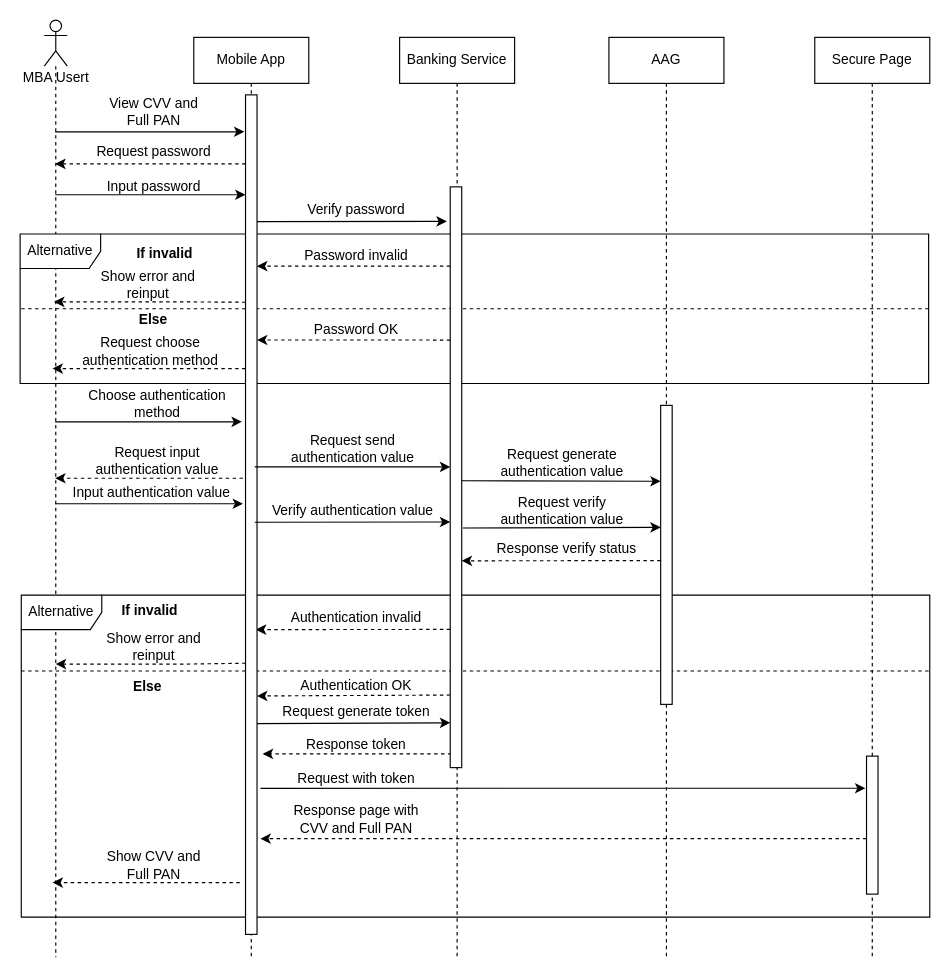
This is page "View-card-details" (7 of 14) of Sequence Diagram.drawio from lyminh1994/diagram, a draw.io file, before an edit. Source tidied: cells renumbered, new cells numbered last; positions are measured from the earlier drawing's top-left corner, leaving out a move shared by most shapes. Both pictures are drawn from the tidied source at 115%, with x=0, y=0 at pixel (20, 20).
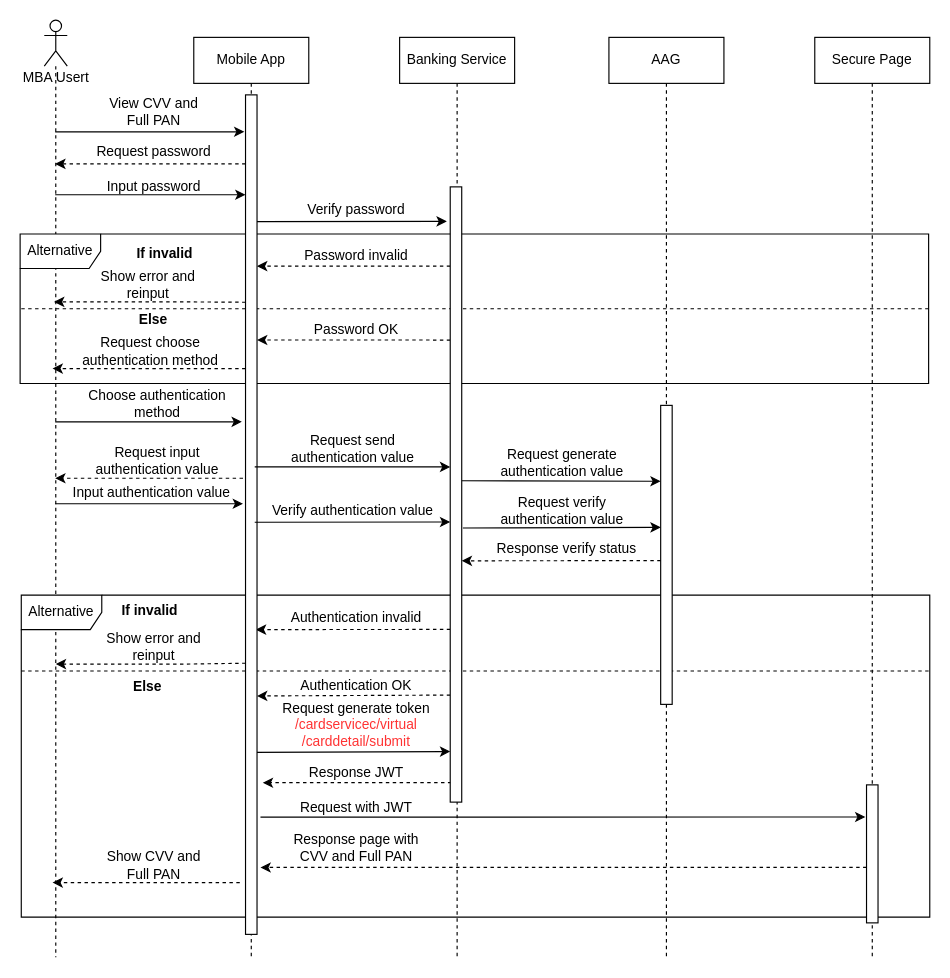
The same page after the edit.

The change refers to these unchanged cells:
```xml
<mxCell id="44" style="html=1;points=[];perimeter=orthogonalPerimeter;" parent="1" vertex="1">
  <mxGeometry x="196" y="65" width="10" height="730" as="geometry" />
</mxCell>
```

Change to the diagram source:
```diff
@@
     <mxCell id="21" value="Response page with &lt;br&gt;CVV and&amp;nbsp;Full PAN" style="text;html=1;align=center;verticalAlign=middle;strokeColor=none;" parent="1" vertex="1">
-      <mxGeometry x="232" y="680" width="120" height="30" as="geometry" />
+      <mxGeometry x="232" y="705" width="120" height="30" as="geometry" />
     </mxCell>
@@
-    <mxCell id="23" value="Request generate token" style="text;html=1;align=center;verticalAlign=middle;strokeColor=none;" parent="1" vertex="1">
-      <mxGeometry x="222" y="592" width="140" height="20" as="geometry" />
+    <mxCell id="23" value="Request generate token&lt;br&gt;&lt;font color=&quot;#ff3333&quot;&gt;/cardservicec/virtual&lt;br&gt;/carddetail/submit&lt;/font&gt;" style="text;html=1;align=center;verticalAlign=middle;strokeColor=none;" parent="1" vertex="1">
+      <mxGeometry x="222" y="588" width="140" height="50" as="geometry" />
     </mxCell>
-    <mxCell id="24" value="Response token" style="text;html=1;align=center;verticalAlign=middle;strokeColor=none;" parent="1" vertex="1">
-      <mxGeometry x="242" y="620" width="100" height="20" as="geometry" />
+    <mxCell id="24" value="Response JWT" style="text;html=1;align=center;verticalAlign=middle;strokeColor=none;" parent="1" vertex="1">
+      <mxGeometry x="242" y="645" width="100" height="20" as="geometry" />
     </mxCell>
-    <mxCell id="25" value="Request with token" style="text;html=1;align=center;verticalAlign=middle;strokeColor=none;" parent="1" vertex="1">
-      <mxGeometry x="232" y="650" width="120" height="20" as="geometry" />
+    <mxCell id="25" value="Request with JWT" style="text;html=1;align=center;verticalAlign=middle;strokeColor=none;" parent="1" vertex="1">
+      <mxGeometry x="237" y="675" width="110" height="20" as="geometry" />
     </mxCell>
@@
-    <mxCell id="34" style="edgeStyle=none;rounded=0;jettySize=auto;html=1;entryX=-0.1;entryY=0.22;entryDx=0;entryDy=0;entryPerimeter=0;exitX=0;exitY=0.749;exitDx=0;exitDy=0;exitPerimeter=0;" parent="1" edge="1" source="44">
+    <mxCell id="34" style="edgeStyle=none;rounded=0;orthogonalLoop=1;jettySize=auto;html=1;entryX=-0.1;entryY=0.22;entryDx=0;entryDy=0;entryPerimeter=0;exitX=0;exitY=0.749;exitDx=0;exitDy=0;exitPerimeter=0;" parent="1" edge="1">
       <mxGeometry relative="1" as="geometry">
-        <mxPoint x="374" y="611" as="targetPoint" />
+        <mxPoint x="196" y="636.8" as="sourcePoint" />
+        <mxPoint x="374" y="636" as="targetPoint" />
       </mxGeometry>
     </mxCell>
-    <mxCell id="35" style="edgeStyle=none;rounded=0;jettySize=auto;html=1;entryX=-0.1;entryY=0.233;entryDx=0;entryDy=0;entryPerimeter=0;exitX=1.3;exitY=0.826;exitDx=0;exitDy=0;exitPerimeter=0;" parent="1" edge="1" source="44" target="42">
-      <mxGeometry relative="1" as="geometry" />
+    <mxCell id="35" style="edgeStyle=none;rounded=0;jettySize=auto;html=1;entryX=-0.1;entryY=0.233;entryDx=0;entryDy=0;entryPerimeter=0;exitX=1.3;exitY=0.826;exitDx=0;exitDy=0;exitPerimeter=0;" parent="1" edge="1" target="42">
+      <mxGeometry relative="1" as="geometry">
+        <mxPoint x="209" y="693" as="sourcePoint" />
+      </mxGeometry>
     </mxCell>
@@
-    <mxCell id="38" style="edgeStyle=none;rounded=0;jettySize=auto;html=1;entryX=0.9;entryY=0.637;entryDx=0;entryDy=0;entryPerimeter=0;dashed=1;exitX=0;exitY=0.762;exitDx=0;exitDy=0;exitPerimeter=0;" parent="1" edge="1" source="50" target="44">
-      <mxGeometry relative="1" as="geometry" />
+    <mxCell id="38" style="edgeStyle=none;rounded=0;jettySize=auto;html=1;entryX=0.9;entryY=0.637;entryDx=0;entryDy=0;entryPerimeter=0;dashed=1;exitX=0;exitY=0.762;exitDx=0;exitDy=0;exitPerimeter=0;" parent="1" edge="1" target="44">
+      <mxGeometry relative="1" as="geometry">
+        <mxPoint x="374" y="529.8" as="sourcePoint" />
+      </mxGeometry>
     </mxCell>
-    <mxCell id="39" style="edgeStyle=none;rounded=0;jettySize=auto;html=1;entryX=1;entryY=0.716;entryDx=0;entryDy=0;entryPerimeter=0;dashed=1;exitX=0;exitY=0.875;exitDx=0;exitDy=0;exitPerimeter=0;" parent="1" edge="1" source="50" target="44">
-      <mxGeometry relative="1" as="geometry" />
+    <mxCell id="39" style="edgeStyle=none;rounded=0;jettySize=auto;html=1;entryX=1;entryY=0.716;entryDx=0;entryDy=0;entryPerimeter=0;dashed=1;exitX=0;exitY=0.875;exitDx=0;exitDy=0;exitPerimeter=0;" parent="1" edge="1" target="44">
+      <mxGeometry relative="1" as="geometry">
+        <mxPoint x="374" y="586.9" as="sourcePoint" />
+      </mxGeometry>
     </mxCell>
-    <mxCell id="40" style="edgeStyle=none;rounded=0;jettySize=auto;html=1;entryX=1.5;entryY=0.785;entryDx=0;entryDy=0;entryPerimeter=0;dashed=1;" parent="1" edge="1" target="44">
+    <mxCell id="40" style="edgeStyle=none;rounded=0;orthogonalLoop=1;jettySize=auto;html=1;entryX=1.5;entryY=0.785;entryDx=0;entryDy=0;entryPerimeter=0;dashed=1;" parent="1" edge="1">
       <mxGeometry relative="1" as="geometry">
-        <mxPoint x="375" y="638.1" as="sourcePoint" />
+        <mxPoint x="375" y="663.1" as="sourcePoint" />
+        <mxPoint x="211" y="663.1" as="targetPoint" />
       </mxGeometry>
     </mxCell>
-    <mxCell id="41" style="edgeStyle=none;rounded=0;jettySize=auto;html=1;entryX=1.3;entryY=0.886;entryDx=0;entryDy=0;entryPerimeter=0;dashed=1;" parent="1" edge="1" source="42" target="44">
-      <mxGeometry relative="1" as="geometry" />
+    <mxCell id="41" style="edgeStyle=none;rounded=0;jettySize=auto;html=1;entryX=1.3;entryY=0.886;entryDx=0;entryDy=0;entryPerimeter=0;dashed=1;" parent="1" edge="1" source="42">
+      <mxGeometry relative="1" as="geometry">
+        <mxPoint x="209" y="736.8" as="targetPoint" />
+      </mxGeometry>
     </mxCell>
     <mxCell id="42" style="html=1;points=[];perimeter=orthogonalPerimeter;" parent="1" vertex="1">
-      <mxGeometry x="736" y="640" width="10" height="120" as="geometry" />
+      <mxGeometry x="736" y="665" width="10" height="120" as="geometry" />
     </mxCell>
@@
-    <mxCell id="50" style="html=1;points=[];perimeter=orthogonalPerimeter;" parent="1" vertex="1">
-      <mxGeometry x="374" y="145" width="10" height="505" as="geometry" />
-    </mxCell>
@@
+    <mxCell id="67" style="html=1;perimeter=orthogonalPerimeter;" parent="1" vertex="1">
+      <mxGeometry x="374" y="145" width="10" height="535" as="geometry" />
+    </mxCell>
```
